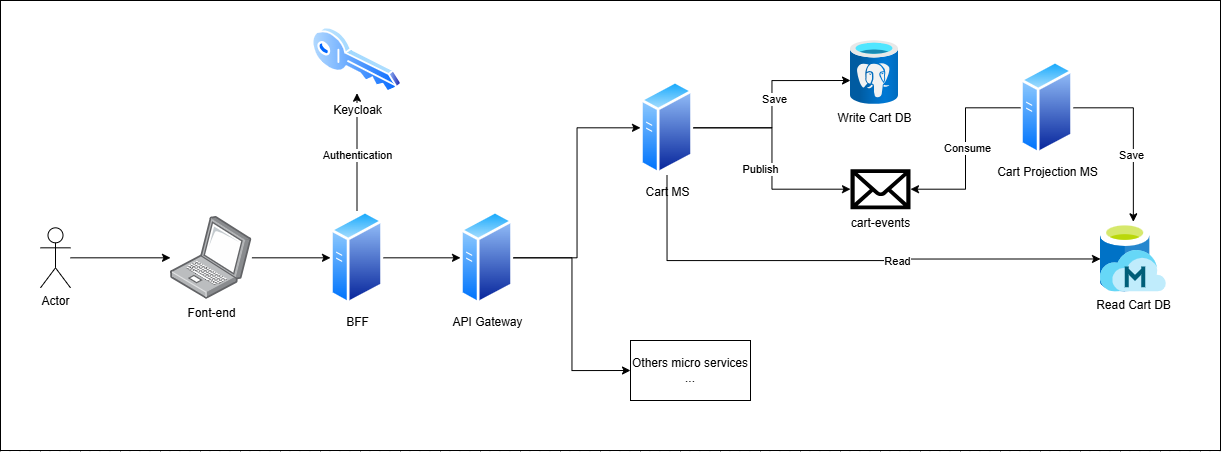
Before: docs/img/zoom_storm.drawio.png, a diagram exported from draw.io (BrunoVollin/zoom_storm). Source tidied: cells renumbered, new cells last; positions are measured from the earlier drawing's top-left corner, leaving out a move shared by most shapes.
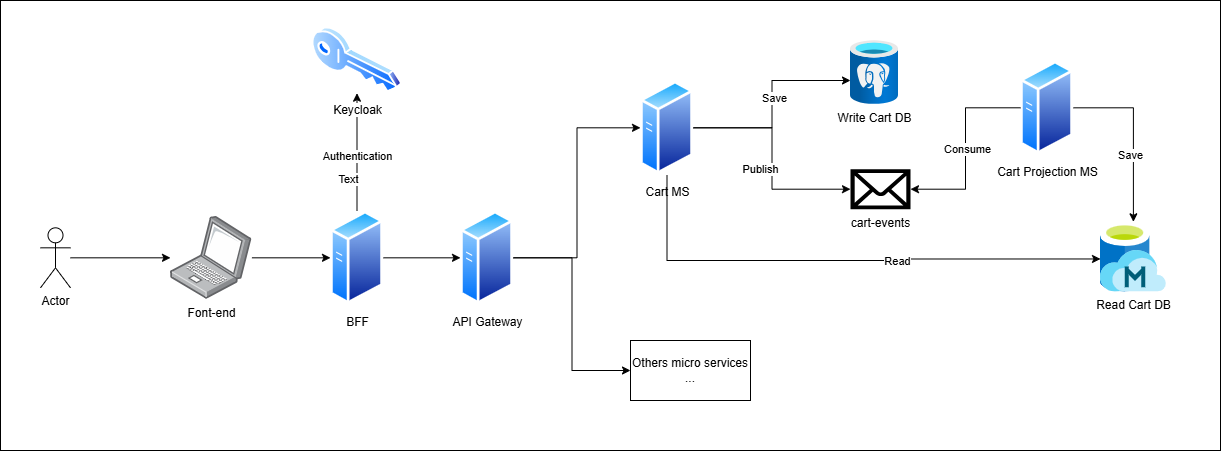
Later version of the same file.

The edit, as a diff of the source:
```diff
@@ -97,6 +97,9 @@
     <mxCell id="28" value="Authentication " style="edgeLabel;html=1;align=center;verticalAlign=middle;" parent="27" vertex="1">
       <mxGeometry x="-0.07" relative="1" as="geometry" />
     </mxCell>
+    <mxCell id="31" value="Text" style="edgeLabel;html=1;align=center;verticalAlign=middle;" parent="27" vertex="1">
+      <mxGeometry x="-0.45" y="9" relative="1" as="geometry" />
+    </mxCell>
     <mxCell id="29" value="&lt;div&gt;BFF&lt;/div&gt;" style="image;perimeter=ellipsePerimeter;html=1;align=center;shadow=0;dashed=0;spacingTop=3;image=img/lib/active_directory/generic_server.svg;" parent="1" vertex="1">
       <mxGeometry x="330" y="210" width="53" height="94.6" as="geometry" />
     </mxCell>
```
